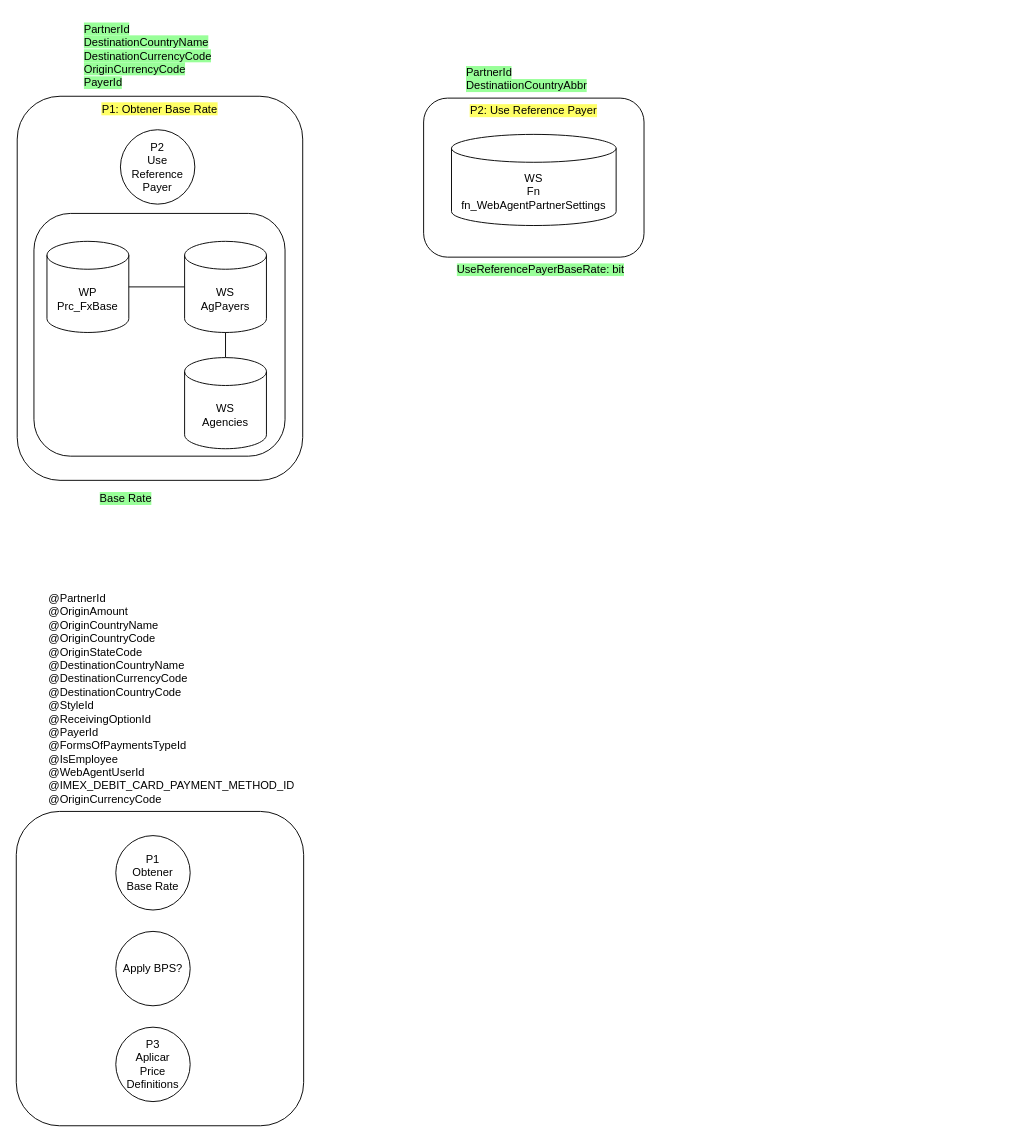
This is Payers.drawio from notariopablomarcelo/intermex, a draw.io file, before an edit. Source tidied: cells renumbered, new cells numbered last; positions are measured from the earlier drawing's top-left corner, leaving out a move shared by most shapes. Both pictures are drawn from the tidied source at 93%, with x=0, y=0 at pixel (16, 16).
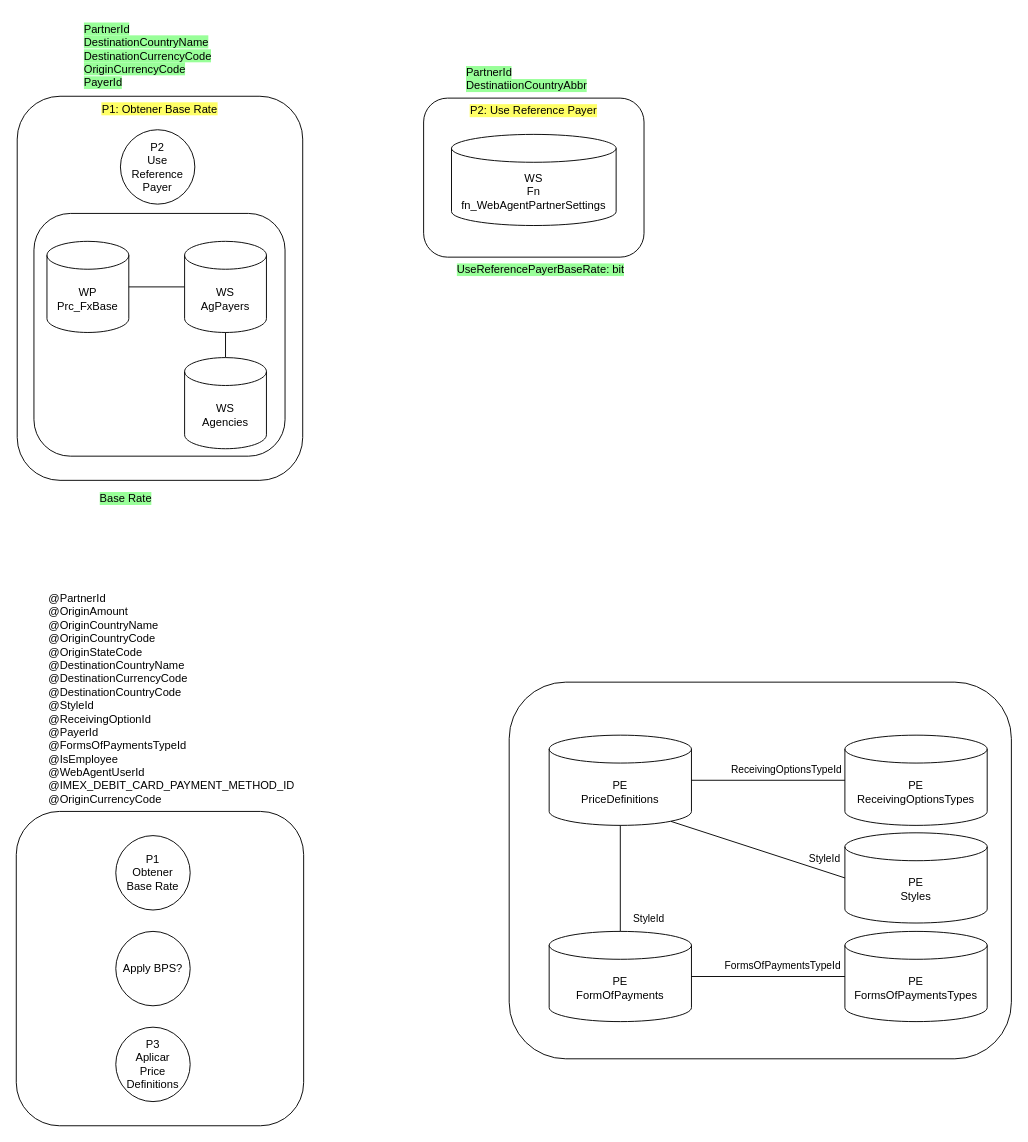
After the change.

The edit, as a diff of the source:
```diff
@@
+    <mxCell id="23" style="rounded=1;whiteSpace=wrap;html=1;" parent="1" vertex="1">
+      <mxGeometry x="530" y="716" width="540" height="405" as="geometry" />
+    </mxCell>
+    <mxCell id="24" value="PE&lt;br&gt;PriceDefinitions" style="shape=cylinder3;whiteSpace=wrap;html=1;boundedLbl=1;backgroundOutline=1;size=15;" parent="1" vertex="1">
+      <mxGeometry x="573" y="773" width="153" height="97" as="geometry" />
+    </mxCell>
+    <mxCell id="25" value="PE&lt;br&gt;ReceivingOptionsTypes" style="shape=cylinder3;whiteSpace=wrap;html=1;boundedLbl=1;backgroundOutline=1;size=15;" parent="1" vertex="1">
+      <mxGeometry x="891" y="773" width="153" height="97" as="geometry" />
+    </mxCell>
+    <mxCell id="26" value="PE&lt;br&gt;Styles" style="shape=cylinder3;whiteSpace=wrap;html=1;boundedLbl=1;backgroundOutline=1;size=15;" parent="1" vertex="1">
+      <mxGeometry x="891" y="878" width="153" height="97" as="geometry" />
+    </mxCell>
+    <mxCell id="27" value="PE&lt;br&gt;FormOfPayments" style="shape=cylinder3;whiteSpace=wrap;html=1;boundedLbl=1;backgroundOutline=1;size=15;" parent="1" vertex="1">
+      <mxGeometry x="573" y="984" width="153" height="97" as="geometry" />
+    </mxCell>
+    <mxCell id="28" value="PE&lt;br&gt;FormsOfPaymentsTypes" style="shape=cylinder3;whiteSpace=wrap;html=1;boundedLbl=1;backgroundOutline=1;size=15;" parent="1" vertex="1">
+      <mxGeometry x="891" y="984" width="153" height="97" as="geometry" />
+    </mxCell>
+    <mxCell id="29" style="endArrow=none;html=1;rounded=0;entryX=1;entryY=0.5;entryDx=0;entryDy=0;entryPerimeter=0;exitX=0;exitY=0.5;exitDx=0;exitDy=0;exitPerimeter=0;" parent="1" edge="1" source="25" target="24">
+      <mxGeometry relative="1" as="geometry" />
+    </mxCell>
+    <mxCell id="30" value="ReceivingOptionsTypeId" style="edgeLabel;html=1;align=center;verticalAlign=middle;" parent="29" vertex="1">
+      <mxGeometry x="-0.37" relative="1" as="geometry">
+        <mxPoint x="-12" y="-12" as="offset" />
+      </mxGeometry>
+    </mxCell>
+    <mxCell id="31" style="endArrow=none;html=1;rounded=0;entryX=0.855;entryY=1;entryDx=0;entryDy=-4.35;entryPerimeter=0;exitX=0;exitY=0.5;exitDx=0;exitDy=0;exitPerimeter=0;" parent="1" edge="1" source="26" target="24">
+      <mxGeometry relative="1" as="geometry" />
+    </mxCell>
+    <mxCell id="32" value="StyleId" style="edgeLabel;html=1;align=center;verticalAlign=middle;" parent="31" vertex="1">
+      <mxGeometry x="-0.37" relative="1" as="geometry">
+        <mxPoint x="36" y="-2" as="offset" />
+      </mxGeometry>
+    </mxCell>
+    <mxCell id="33" style="endArrow=none;html=1;rounded=0;entryX=0.5;entryY=1;entryDx=0;entryDy=0;entryPerimeter=0;exitX=0.5;exitY=0;exitDx=0;exitDy=0;exitPerimeter=0;" parent="1" edge="1" source="27" target="24">
+      <mxGeometry relative="1" as="geometry" />
+    </mxCell>
+    <mxCell id="34" value="StyleId" style="edgeLabel;html=1;align=center;verticalAlign=middle;" parent="33" vertex="1">
+      <mxGeometry x="-0.72" y="2" relative="1" as="geometry">
+        <mxPoint x="32" y="1" as="offset" />
+      </mxGeometry>
+    </mxCell>
+    <mxCell id="35" style="endArrow=none;html=1;rounded=0;entryX=1;entryY=0.5;entryDx=0;entryDy=0;entryPerimeter=0;exitX=0;exitY=0.5;exitDx=0;exitDy=0;exitPerimeter=0;" parent="1" edge="1" source="28" target="27">
+      <mxGeometry relative="1" as="geometry" />
+    </mxCell>
+    <mxCell id="36" value="FormsOfPaymentsTypeId" style="edgeLabel;html=1;align=center;verticalAlign=middle;" parent="35" vertex="1">
+      <mxGeometry x="0.08" y="-1" relative="1" as="geometry">
+        <mxPoint x="21" y="-11" as="offset" />
+      </mxGeometry>
+    </mxCell>
```
